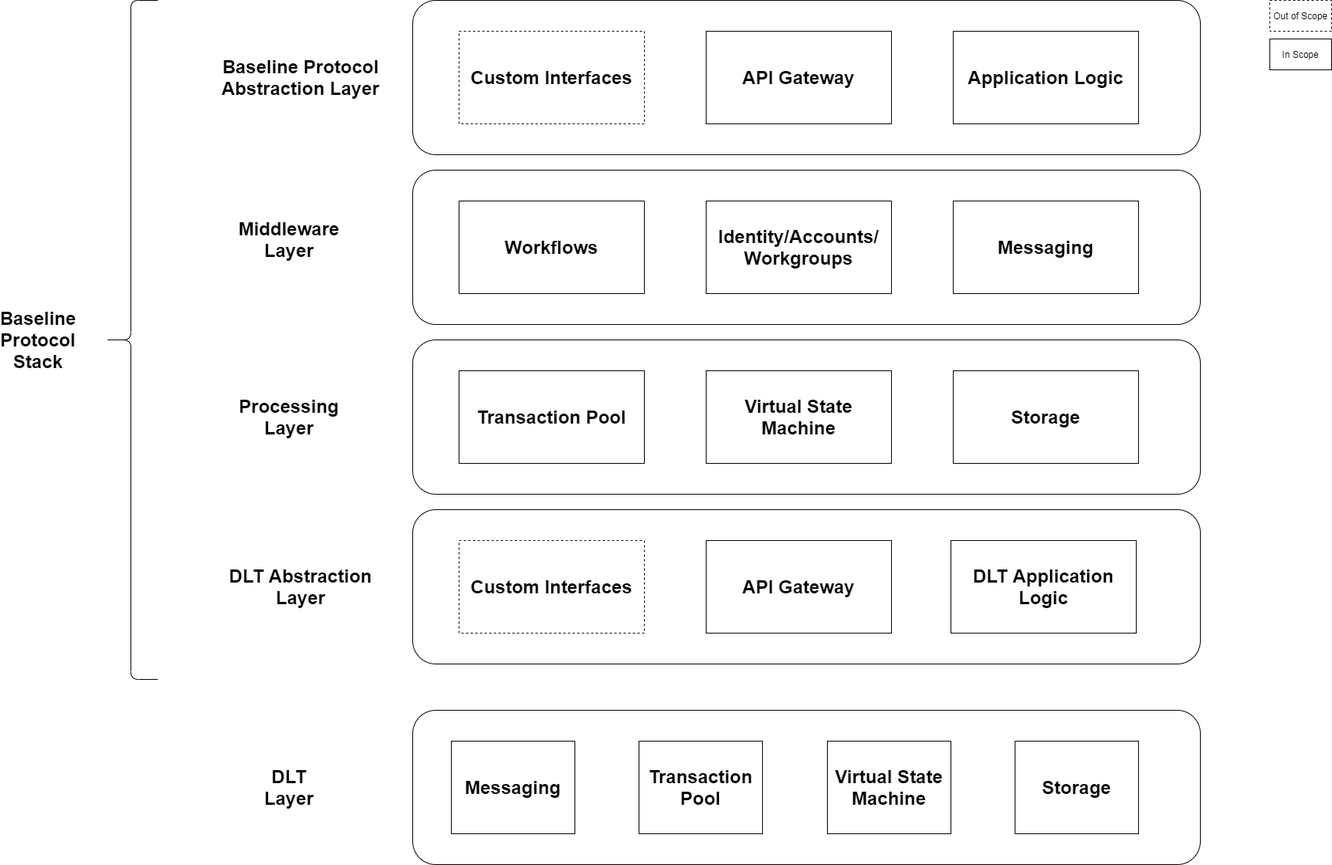
This is core/images/High-Level-Baseline-Architecture.png from ethereum-oasis-op/baseline-standard, a draw.io export, as it was before one commit. Source tidied: cells renumbered, new cells last; positions are measured from the earlier drawing's top-left corner, leaving out a move shared by most shapes.
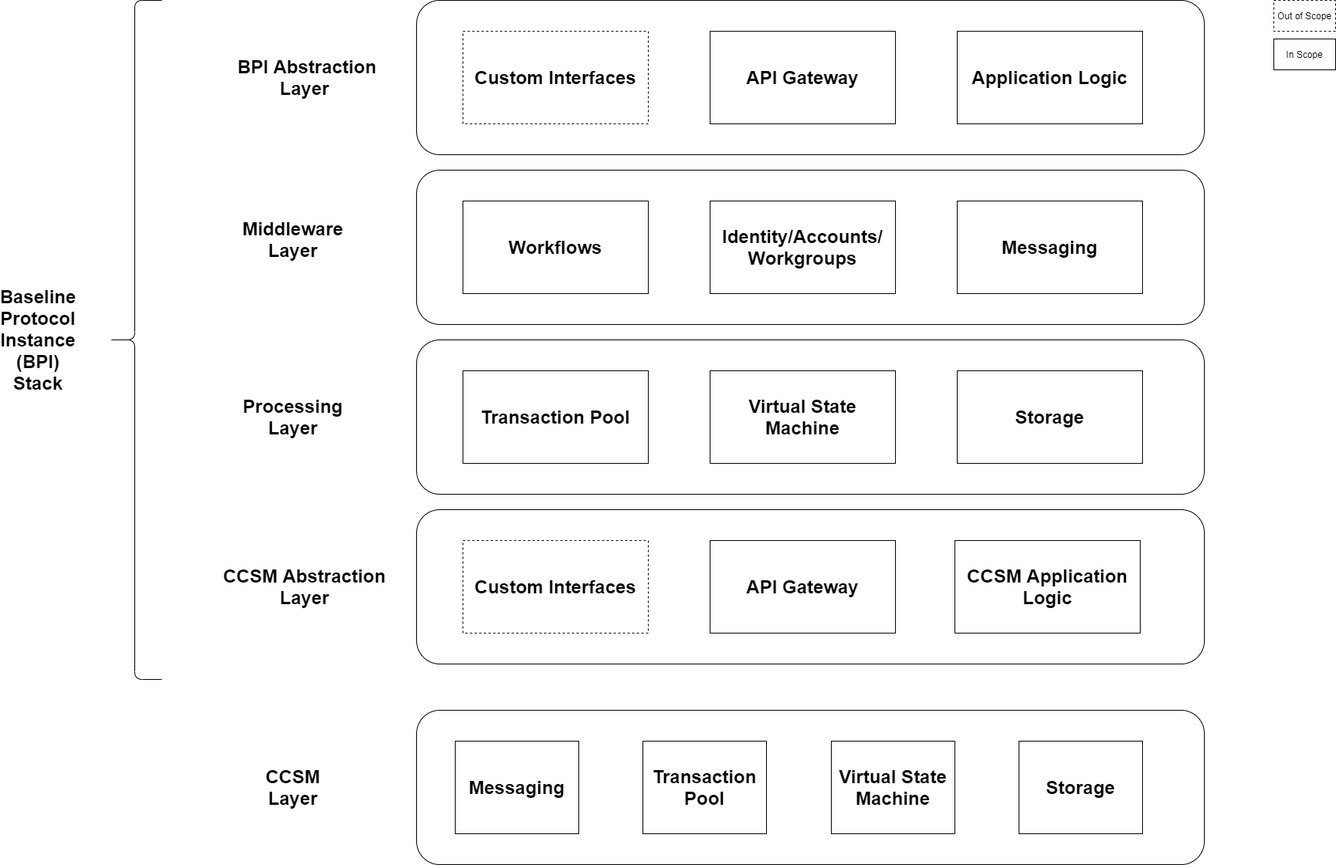
The same diagram one commit later.

Commit message:
1st draft of DLT requirements for a Baseline Protocol Instance (#53)

Diff of the diagram source:
```diff
@@ -47,7 +47,7 @@
     <mxCell id="16" value="&lt;span style=&quot;font-size: 24px&quot;&gt;&lt;b&gt;Messaging&lt;/b&gt;&lt;/span&gt;" style="rounded=0;whiteSpace=wrap;html=1;" parent="1" vertex="1">
       <mxGeometry x="540" y="960" width="160" height="120" as="geometry" />
     </mxCell>
-    <mxCell id="17" value="&lt;font style=&quot;font-size: 24px&quot;&gt;&lt;b&gt;Baseline Protocol Abstraction Layer&lt;/b&gt;&lt;/font&gt;" style="text;html=1;strokeColor=none;fillColor=none;align=center;verticalAlign=middle;whiteSpace=wrap;rounded=0;" parent="1" vertex="1">
+    <mxCell id="17" value="&lt;font style=&quot;font-size: 24px&quot;&gt;&lt;b&gt;&amp;nbsp;BPI Abstraction Layer&lt;/b&gt;&lt;/font&gt;" style="text;html=1;strokeColor=none;fillColor=none;align=center;verticalAlign=middle;whiteSpace=wrap;rounded=0;" parent="1" vertex="1">
       <mxGeometry x="230" y="90" width="230" height="20" as="geometry" />
     </mxCell>
     <mxCell id="18" value="&lt;font style=&quot;font-size: 24px&quot;&gt;&lt;b&gt;Middleware Layer&lt;/b&gt;&lt;/font&gt;" style="text;html=1;strokeColor=none;fillColor=none;align=center;verticalAlign=middle;whiteSpace=wrap;rounded=0;" parent="1" vertex="1">
@@ -56,7 +56,7 @@
     <mxCell id="19" value="&lt;font style=&quot;font-size: 24px&quot;&gt;&lt;b&gt;Processing&lt;br&gt;Layer&lt;/b&gt;&lt;/font&gt;" style="text;html=1;strokeColor=none;fillColor=none;align=center;verticalAlign=middle;whiteSpace=wrap;rounded=0;" parent="1" vertex="1">
       <mxGeometry x="310" y="530" width="40" height="20" as="geometry" />
     </mxCell>
-    <mxCell id="20" value="&lt;font style=&quot;font-size: 24px&quot;&gt;&lt;b&gt;DLT&lt;br&gt;Layer&lt;/b&gt;&lt;/font&gt;" style="text;html=1;strokeColor=none;fillColor=none;align=center;verticalAlign=middle;whiteSpace=wrap;rounded=0;" parent="1" vertex="1">
+    <mxCell id="20" value="&lt;font style=&quot;font-size: 24px&quot;&gt;&lt;b&gt;CCSM&lt;br&gt;Layer&lt;/b&gt;&lt;/font&gt;" style="text;html=1;strokeColor=none;fillColor=none;align=center;verticalAlign=middle;whiteSpace=wrap;rounded=0;" parent="1" vertex="1">
       <mxGeometry x="260" y="1010" width="140" height="20" as="geometry" />
     </mxCell>
     <mxCell id="21" value="&lt;font style=&quot;font-size: 24px&quot;&gt;&lt;b&gt;Application Logic&lt;/b&gt;&lt;/font&gt;" style="rounded=0;whiteSpace=wrap;html=1;" parent="1" vertex="1">
@@ -65,8 +65,8 @@
     <mxCell id="22" style="shape=curlyBracket;whiteSpace=wrap;html=1;rounded=1;" parent="1" vertex="1">
       <mxGeometry x="90" width="70" height="880" as="geometry" />
     </mxCell>
-    <mxCell id="23" value="&lt;font style=&quot;font-size: 24px&quot;&gt;&lt;b&gt;Baseline Protocol Stack&lt;/b&gt;&lt;/font&gt;" style="text;html=1;strokeColor=none;fillColor=none;align=center;verticalAlign=middle;whiteSpace=wrap;rounded=0;rotation=0;direction=south;" parent="1" vertex="1">
-      <mxGeometry y="420" width="10" height="40" as="geometry" />
+    <mxCell id="23" value="&lt;font style=&quot;font-size: 24px&quot;&gt;&lt;b&gt;Baseline Protocol Instance (BPI) Stack&lt;/b&gt;&lt;/font&gt;" style="text;html=1;strokeColor=none;fillColor=none;align=center;verticalAlign=middle;whiteSpace=wrap;rounded=0;rotation=0;direction=south;" parent="1" vertex="1">
+      <mxGeometry x="-10" y="420" width="20" height="40" as="geometry" />
     </mxCell>
     <mxCell id="24" value="&lt;span style=&quot;font-size: 24px&quot;&gt;&lt;b&gt;Transaction Pool&lt;/b&gt;&lt;/span&gt;" style="rounded=0;whiteSpace=wrap;html=1;" parent="1" vertex="1">
       <mxGeometry x="783" y="960" width="160" height="120" as="geometry" />
@@ -86,10 +86,10 @@
     <mxCell id="29" value="&lt;font style=&quot;font-size: 24px&quot;&gt;&lt;b&gt;Custom Interfaces&lt;/b&gt;&lt;/font&gt;" style="rounded=0;whiteSpace=wrap;dashed=1;html=1;" parent="1" vertex="1">
       <mxGeometry x="550" y="700" width="240" height="120" as="geometry" />
     </mxCell>
-    <mxCell id="30" value="&lt;font style=&quot;font-size: 24px&quot;&gt;&lt;b&gt;DLT Abstraction Layer&lt;/b&gt;&lt;/font&gt;" style="text;html=1;strokeColor=none;fillColor=none;align=center;verticalAlign=middle;whiteSpace=wrap;rounded=0;" parent="1" vertex="1">
+    <mxCell id="30" value="&lt;font style=&quot;font-size: 24px&quot;&gt;&lt;b&gt;CCSM Abstraction Layer&lt;/b&gt;&lt;/font&gt;" style="text;html=1;strokeColor=none;fillColor=none;align=center;verticalAlign=middle;whiteSpace=wrap;rounded=0;" parent="1" vertex="1">
       <mxGeometry x="230" y="750" width="230" height="20" as="geometry" />
     </mxCell>
-    <mxCell id="31" value="&lt;font style=&quot;font-size: 24px&quot;&gt;&lt;b&gt;DLT Application Logic&lt;/b&gt;&lt;/font&gt;" style="rounded=0;whiteSpace=wrap;html=1;" parent="1" vertex="1">
+    <mxCell id="31" value="&lt;font style=&quot;font-size: 24px&quot;&gt;&lt;b&gt;CCSM Application Logic&lt;/b&gt;&lt;/font&gt;" style="rounded=0;whiteSpace=wrap;html=1;" parent="1" vertex="1">
       <mxGeometry x="1187" y="700" width="240" height="120" as="geometry" />
     </mxCell>
   </root>
```
